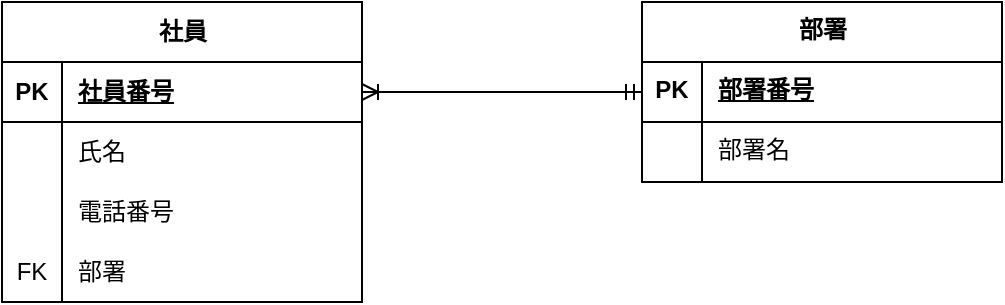
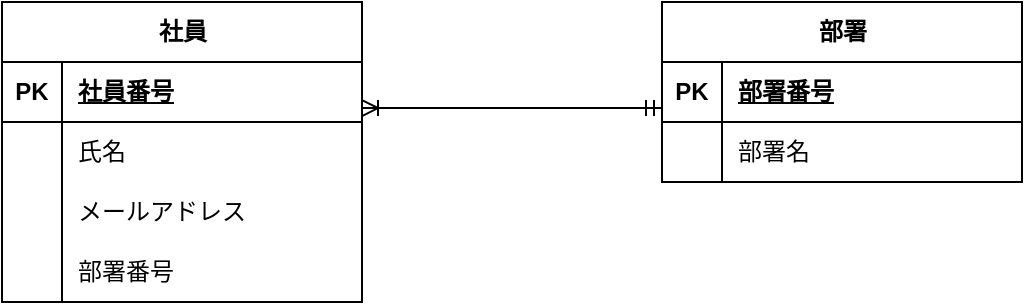
- <mxfile host="app.diagrams.net">
-   <diagram name="ページ-1" id="KEg2G5C3dqyvgz9N-VbT">
-     <mxGraphModel dx="968" dy="494" grid="1" gridSize="10" guides="1" tooltips="1" connect="1" arrows="1" fold="1" page="1" pageScale="1" pageWidth="827" pageHeight="1169" math="0" shadow="0">
-       <root>
-         <mxCell id="0" />
-         <mxCell id="1" parent="0" />
-         <mxCell id="LtmOEKHo_LTRpUcJHJ3s-1" parent="1" style="shape=table;startSize=30;container=1;collapsible=1;childLayout=tableLayout;fixedRows=1;rowLines=0;fontStyle=1;align=center;resizeLast=1;html=1;" value="社員" vertex="1">
-           <mxGeometry height="150" width="180" x="80" y="40" as="geometry" />
-         </mxCell>
-         <mxCell id="LtmOEKHo_LTRpUcJHJ3s-2" parent="LtmOEKHo_LTRpUcJHJ3s-1" style="shape=tableRow;horizontal=0;startSize=0;swimlaneHead=0;swimlaneBody=0;fillColor=none;collapsible=0;dropTarget=0;points=[[0,0.5],[1,0.5]];portConstraint=eastwest;top=0;left=0;right=0;bottom=1;" value="" vertex="1">
-           <mxGeometry height="30" width="180" y="30" as="geometry" />
-         </mxCell>
-         <mxCell id="LtmOEKHo_LTRpUcJHJ3s-3" parent="LtmOEKHo_LTRpUcJHJ3s-2" style="shape=partialRectangle;connectable=0;fillColor=none;top=0;left=0;bottom=0;right=0;fontStyle=1;overflow=hidden;whiteSpace=wrap;html=1;" value="PK" vertex="1">
-           <mxGeometry height="30" width="30" as="geometry">
-             <mxRectangle height="30" width="30" as="alternateBounds" />
-           </mxGeometry>
-         </mxCell>
-         <mxCell id="LtmOEKHo_LTRpUcJHJ3s-4" parent="LtmOEKHo_LTRpUcJHJ3s-2" style="shape=partialRectangle;connectable=0;fillColor=none;top=0;left=0;bottom=0;right=0;align=left;spacingLeft=6;fontStyle=5;overflow=hidden;whiteSpace=wrap;html=1;" value="社員番号" vertex="1">
-           <mxGeometry height="30" width="150" x="30" as="geometry">
-             <mxRectangle height="30" width="150" as="alternateBounds" />
-           </mxGeometry>
-         </mxCell>
-         <mxCell id="LtmOEKHo_LTRpUcJHJ3s-5" parent="LtmOEKHo_LTRpUcJHJ3s-1" style="shape=tableRow;horizontal=0;startSize=0;swimlaneHead=0;swimlaneBody=0;fillColor=none;collapsible=0;dropTarget=0;points=[[0,0.5],[1,0.5]];portConstraint=eastwest;top=0;left=0;right=0;bottom=0;" value="" vertex="1">
-           <mxGeometry height="30" width="180" y="60" as="geometry" />
-         </mxCell>
-         <mxCell id="LtmOEKHo_LTRpUcJHJ3s-6" parent="LtmOEKHo_LTRpUcJHJ3s-5" style="shape=partialRectangle;connectable=0;fillColor=none;top=0;left=0;bottom=0;right=0;editable=1;overflow=hidden;whiteSpace=wrap;html=1;" value="" vertex="1">
-           <mxGeometry height="30" width="30" as="geometry">
-             <mxRectangle height="30" width="30" as="alternateBounds" />
-           </mxGeometry>
-         </mxCell>
-         <mxCell id="LtmOEKHo_LTRpUcJHJ3s-7" parent="LtmOEKHo_LTRpUcJHJ3s-5" style="shape=partialRectangle;connectable=0;fillColor=none;top=0;left=0;bottom=0;right=0;align=left;spacingLeft=6;overflow=hidden;whiteSpace=wrap;html=1;" value="氏名" vertex="1">
-           <mxGeometry height="30" width="150" x="30" as="geometry">
-             <mxRectangle height="30" width="150" as="alternateBounds" />
-           </mxGeometry>
-         </mxCell>
-         <mxCell id="LtmOEKHo_LTRpUcJHJ3s-8" parent="LtmOEKHo_LTRpUcJHJ3s-1" style="shape=tableRow;horizontal=0;startSize=0;swimlaneHead=0;swimlaneBody=0;fillColor=none;collapsible=0;dropTarget=0;points=[[0,0.5],[1,0.5]];portConstraint=eastwest;top=0;left=0;right=0;bottom=0;" value="" vertex="1">
-           <mxGeometry height="30" width="180" y="90" as="geometry" />
-         </mxCell>
-         <mxCell id="LtmOEKHo_LTRpUcJHJ3s-9" parent="LtmOEKHo_LTRpUcJHJ3s-8" style="shape=partialRectangle;connectable=0;fillColor=none;top=0;left=0;bottom=0;right=0;editable=1;overflow=hidden;whiteSpace=wrap;html=1;" value="" vertex="1">
-           <mxGeometry height="30" width="30" as="geometry">
-             <mxRectangle height="30" width="30" as="alternateBounds" />
-           </mxGeometry>
-         </mxCell>
-         <mxCell id="LtmOEKHo_LTRpUcJHJ3s-10" parent="LtmOEKHo_LTRpUcJHJ3s-8" style="shape=partialRectangle;connectable=0;fillColor=none;top=0;left=0;bottom=0;right=0;align=left;spacingLeft=6;overflow=hidden;whiteSpace=wrap;html=1;" value="電話番号" vertex="1">
-           <mxGeometry height="30" width="150" x="30" as="geometry">
-             <mxRectangle height="30" width="150" as="alternateBounds" />
-           </mxGeometry>
-         </mxCell>
-         <mxCell id="LtmOEKHo_LTRpUcJHJ3s-11" parent="LtmOEKHo_LTRpUcJHJ3s-1" style="shape=tableRow;horizontal=0;startSize=0;swimlaneHead=0;swimlaneBody=0;fillColor=none;collapsible=0;dropTarget=0;points=[[0,0.5],[1,0.5]];portConstraint=eastwest;top=0;left=0;right=0;bottom=0;" value="" vertex="1">
-           <mxGeometry height="30" width="180" y="120" as="geometry" />
-         </mxCell>
-         <mxCell id="LtmOEKHo_LTRpUcJHJ3s-12" parent="LtmOEKHo_LTRpUcJHJ3s-11" style="shape=partialRectangle;connectable=0;fillColor=none;top=0;left=0;bottom=0;right=0;editable=1;overflow=hidden;whiteSpace=wrap;html=1;" value="FK" vertex="1">
-           <mxGeometry height="30" width="30" as="geometry">
-             <mxRectangle height="30" width="30" as="alternateBounds" />
-           </mxGeometry>
-         </mxCell>
-         <mxCell id="LtmOEKHo_LTRpUcJHJ3s-13" parent="LtmOEKHo_LTRpUcJHJ3s-11" style="shape=partialRectangle;connectable=0;fillColor=none;top=0;left=0;bottom=0;right=0;align=left;spacingLeft=6;overflow=hidden;whiteSpace=wrap;html=1;" value="部署" vertex="1">
-           <mxGeometry height="30" width="150" x="30" as="geometry">
-             <mxRectangle height="30" width="150" as="alternateBounds" />
-           </mxGeometry>
-         </mxCell>
-         <mxCell id="LtmOEKHo_LTRpUcJHJ3s-14" parent="1" style="shape=table;startSize=30;container=1;collapsible=1;childLayout=tableLayout;fixedRows=1;rowLines=0;fontStyle=1;align=center;resizeLast=1;html=1;verticalAlign=top;" value="部署" vertex="1">
-           <mxGeometry height="90" width="180" x="400" y="40" as="geometry" />
-         </mxCell>
-         <mxCell id="LtmOEKHo_LTRpUcJHJ3s-15" parent="LtmOEKHo_LTRpUcJHJ3s-14" style="shape=tableRow;horizontal=0;startSize=0;swimlaneHead=0;swimlaneBody=0;fillColor=none;collapsible=0;dropTarget=0;points=[[0,0.5],[1,0.5]];portConstraint=eastwest;top=0;left=0;right=0;bottom=1;verticalAlign=top;" value="" vertex="1">
-           <mxGeometry height="30" width="180" y="30" as="geometry" />
-         </mxCell>
-         <mxCell id="LtmOEKHo_LTRpUcJHJ3s-16" parent="LtmOEKHo_LTRpUcJHJ3s-15" style="shape=partialRectangle;connectable=0;fillColor=none;top=0;left=0;bottom=0;right=0;fontStyle=1;overflow=hidden;whiteSpace=wrap;html=1;verticalAlign=top;" value="PK" vertex="1">
-           <mxGeometry height="30" width="30" as="geometry">
-             <mxRectangle height="30" width="30" as="alternateBounds" />
-           </mxGeometry>
-         </mxCell>
-         <mxCell id="LtmOEKHo_LTRpUcJHJ3s-17" parent="LtmOEKHo_LTRpUcJHJ3s-15" style="shape=partialRectangle;connectable=0;fillColor=none;top=0;left=0;bottom=0;right=0;align=left;spacingLeft=6;fontStyle=5;overflow=hidden;whiteSpace=wrap;html=1;verticalAlign=top;" value="部署番号" vertex="1">
-           <mxGeometry height="30" width="150" x="30" as="geometry">
-             <mxRectangle height="30" width="150" as="alternateBounds" />
-           </mxGeometry>
-         </mxCell>
-         <mxCell id="LtmOEKHo_LTRpUcJHJ3s-18" parent="LtmOEKHo_LTRpUcJHJ3s-14" style="shape=tableRow;horizontal=0;startSize=0;swimlaneHead=0;swimlaneBody=0;fillColor=none;collapsible=0;dropTarget=0;points=[[0,0.5],[1,0.5]];portConstraint=eastwest;top=0;left=0;right=0;bottom=0;verticalAlign=top;" value="" vertex="1">
-           <mxGeometry height="30" width="180" y="60" as="geometry" />
-         </mxCell>
-         <mxCell id="LtmOEKHo_LTRpUcJHJ3s-19" parent="LtmOEKHo_LTRpUcJHJ3s-18" style="shape=partialRectangle;connectable=0;fillColor=none;top=0;left=0;bottom=0;right=0;editable=1;overflow=hidden;whiteSpace=wrap;html=1;verticalAlign=top;" value="" vertex="1">
-           <mxGeometry height="30" width="30" as="geometry">
-             <mxRectangle height="30" width="30" as="alternateBounds" />
-           </mxGeometry>
-         </mxCell>
-         <mxCell id="LtmOEKHo_LTRpUcJHJ3s-20" parent="LtmOEKHo_LTRpUcJHJ3s-18" style="shape=partialRectangle;connectable=0;fillColor=none;top=0;left=0;bottom=0;right=0;align=left;spacingLeft=6;overflow=hidden;whiteSpace=wrap;html=1;verticalAlign=top;" value="部署名" vertex="1">
-           <mxGeometry height="30" width="150" x="30" as="geometry">
-             <mxRectangle height="30" width="150" as="alternateBounds" />
-           </mxGeometry>
-         </mxCell>
-         <mxCell id="LtmOEKHo_LTRpUcJHJ3s-27" edge="1" parent="1" source="LtmOEKHo_LTRpUcJHJ3s-2" style="edgeStyle=orthogonalEdgeStyle;rounded=0;orthogonalLoop=1;jettySize=auto;html=1;exitX=1;exitY=0.5;exitDx=0;exitDy=0;entryX=0;entryY=0.5;entryDx=0;entryDy=0;startArrow=ERoneToMany;startFill=0;endArrow=ERmandOne;endFill=0;" target="LtmOEKHo_LTRpUcJHJ3s-15">
-           <mxGeometry relative="1" as="geometry" />
-         </mxCell>
-       </root>
-     </mxGraphModel>
-   </diagram>
- </mxfile>
+ <mxfile host="65bd71144e">
+     <diagram name="ページ-1" id="KEg2G5C3dqyvgz9N-VbT">
+         <mxGraphModel dx="1347" dy="445" grid="1" gridSize="10" guides="1" tooltips="1" connect="1" arrows="1" fold="1" page="1" pageScale="1" pageWidth="827" pageHeight="1169" math="0" shadow="0">
+             <root>
+                 <mxCell id="0"/>
+                 <mxCell id="1" parent="0"/>
+                 <mxCell id="LtmOEKHo_LTRpUcJHJ3s-27" style="edgeStyle=orthogonalEdgeStyle;rounded=0;orthogonalLoop=1;jettySize=auto;html=1;exitX=1;exitY=0.767;exitDx=0;exitDy=0;entryX=0;entryY=0.767;entryDx=0;entryDy=0;startArrow=ERoneToMany;startFill=0;endArrow=ERmandOne;endFill=0;exitPerimeter=0;entryPerimeter=0;" parent="1" source="3" target="16" edge="1">
+                     <mxGeometry relative="1" as="geometry"/>
+                 </mxCell>
+                 <mxCell id="2" value="社員" style="shape=table;startSize=30;container=1;collapsible=1;childLayout=tableLayout;fixedRows=1;rowLines=0;fontStyle=1;align=center;resizeLast=1;html=1;" vertex="1" parent="1">
+                     <mxGeometry x="40" y="40" width="180" height="150" as="geometry"/>
+                 </mxCell>
+                 <mxCell id="3" value="" style="shape=tableRow;horizontal=0;startSize=0;swimlaneHead=0;swimlaneBody=0;fillColor=none;collapsible=0;dropTarget=0;points=[[0,0.5],[1,0.5]];portConstraint=eastwest;top=0;left=0;right=0;bottom=1;" vertex="1" parent="2">
+                     <mxGeometry y="30" width="180" height="30" as="geometry"/>
+                 </mxCell>
+                 <mxCell id="4" value="PK" style="shape=partialRectangle;connectable=0;fillColor=none;top=0;left=0;bottom=0;right=0;fontStyle=1;overflow=hidden;whiteSpace=wrap;html=1;" vertex="1" parent="3">
+                     <mxGeometry width="30" height="30" as="geometry">
+                         <mxRectangle width="30" height="30" as="alternateBounds"/>
+                     </mxGeometry>
+                 </mxCell>
+                 <mxCell id="5" value="社員番号" style="shape=partialRectangle;connectable=0;fillColor=none;top=0;left=0;bottom=0;right=0;align=left;spacingLeft=6;fontStyle=5;overflow=hidden;whiteSpace=wrap;html=1;" vertex="1" parent="3">
+                     <mxGeometry x="30" width="150" height="30" as="geometry">
+                         <mxRectangle width="150" height="30" as="alternateBounds"/>
+                     </mxGeometry>
+                 </mxCell>
+                 <mxCell id="6" value="" style="shape=tableRow;horizontal=0;startSize=0;swimlaneHead=0;swimlaneBody=0;fillColor=none;collapsible=0;dropTarget=0;points=[[0,0.5],[1,0.5]];portConstraint=eastwest;top=0;left=0;right=0;bottom=0;" vertex="1" parent="2">
+                     <mxGeometry y="60" width="180" height="30" as="geometry"/>
+                 </mxCell>
+                 <mxCell id="7" value="" style="shape=partialRectangle;connectable=0;fillColor=none;top=0;left=0;bottom=0;right=0;editable=1;overflow=hidden;whiteSpace=wrap;html=1;" vertex="1" parent="6">
+                     <mxGeometry width="30" height="30" as="geometry">
+                         <mxRectangle width="30" height="30" as="alternateBounds"/>
+                     </mxGeometry>
+                 </mxCell>
+                 <mxCell id="8" value="氏名" style="shape=partialRectangle;connectable=0;fillColor=none;top=0;left=0;bottom=0;right=0;align=left;spacingLeft=6;overflow=hidden;whiteSpace=wrap;html=1;" vertex="1" parent="6">
+                     <mxGeometry x="30" width="150" height="30" as="geometry">
+                         <mxRectangle width="150" height="30" as="alternateBounds"/>
+                     </mxGeometry>
+                 </mxCell>
+                 <mxCell id="9" value="" style="shape=tableRow;horizontal=0;startSize=0;swimlaneHead=0;swimlaneBody=0;fillColor=none;collapsible=0;dropTarget=0;points=[[0,0.5],[1,0.5]];portConstraint=eastwest;top=0;left=0;right=0;bottom=0;" vertex="1" parent="2">
+                     <mxGeometry y="90" width="180" height="30" as="geometry"/>
+                 </mxCell>
+                 <mxCell id="10" value="" style="shape=partialRectangle;connectable=0;fillColor=none;top=0;left=0;bottom=0;right=0;editable=1;overflow=hidden;whiteSpace=wrap;html=1;" vertex="1" parent="9">
+                     <mxGeometry width="30" height="30" as="geometry">
+                         <mxRectangle width="30" height="30" as="alternateBounds"/>
+                     </mxGeometry>
+                 </mxCell>
+                 <mxCell id="11" value="メールアドレス" style="shape=partialRectangle;connectable=0;fillColor=none;top=0;left=0;bottom=0;right=0;align=left;spacingLeft=6;overflow=hidden;whiteSpace=wrap;html=1;" vertex="1" parent="9">
+                     <mxGeometry x="30" width="150" height="30" as="geometry">
+                         <mxRectangle width="150" height="30" as="alternateBounds"/>
+                     </mxGeometry>
+                 </mxCell>
+                 <mxCell id="12" value="" style="shape=tableRow;horizontal=0;startSize=0;swimlaneHead=0;swimlaneBody=0;fillColor=none;collapsible=0;dropTarget=0;points=[[0,0.5],[1,0.5]];portConstraint=eastwest;top=0;left=0;right=0;bottom=0;" vertex="1" parent="2">
+                     <mxGeometry y="120" width="180" height="30" as="geometry"/>
+                 </mxCell>
+                 <mxCell id="13" value="" style="shape=partialRectangle;connectable=0;fillColor=none;top=0;left=0;bottom=0;right=0;editable=1;overflow=hidden;whiteSpace=wrap;html=1;" vertex="1" parent="12">
+                     <mxGeometry width="30" height="30" as="geometry">
+                         <mxRectangle width="30" height="30" as="alternateBounds"/>
+                     </mxGeometry>
+                 </mxCell>
+                 <mxCell id="14" value="部署番号" style="shape=partialRectangle;connectable=0;fillColor=none;top=0;left=0;bottom=0;right=0;align=left;spacingLeft=6;overflow=hidden;whiteSpace=wrap;html=1;" vertex="1" parent="12">
+                     <mxGeometry x="30" width="150" height="30" as="geometry">
+                         <mxRectangle width="150" height="30" as="alternateBounds"/>
+                     </mxGeometry>
+                 </mxCell>
+                 <mxCell id="15" value="部署" style="shape=table;startSize=30;container=1;collapsible=1;childLayout=tableLayout;fixedRows=1;rowLines=0;fontStyle=1;align=center;resizeLast=1;html=1;" vertex="1" parent="1">
+                     <mxGeometry x="370" y="40" width="180" height="90" as="geometry"/>
+                 </mxCell>
+                 <mxCell id="16" value="" style="shape=tableRow;horizontal=0;startSize=0;swimlaneHead=0;swimlaneBody=0;fillColor=none;collapsible=0;dropTarget=0;points=[[0,0.5],[1,0.5]];portConstraint=eastwest;top=0;left=0;right=0;bottom=1;" vertex="1" parent="15">
+                     <mxGeometry y="30" width="180" height="30" as="geometry"/>
+                 </mxCell>
+                 <mxCell id="17" value="PK" style="shape=partialRectangle;connectable=0;fillColor=none;top=0;left=0;bottom=0;right=0;fontStyle=1;overflow=hidden;whiteSpace=wrap;html=1;" vertex="1" parent="16">
+                     <mxGeometry width="30" height="30" as="geometry">
+                         <mxRectangle width="30" height="30" as="alternateBounds"/>
+                     </mxGeometry>
+                 </mxCell>
+                 <mxCell id="18" value="部署番号" style="shape=partialRectangle;connectable=0;fillColor=none;top=0;left=0;bottom=0;right=0;align=left;spacingLeft=6;fontStyle=5;overflow=hidden;whiteSpace=wrap;html=1;" vertex="1" parent="16">
+                     <mxGeometry x="30" width="150" height="30" as="geometry">
+                         <mxRectangle width="150" height="30" as="alternateBounds"/>
+                     </mxGeometry>
+                 </mxCell>
+                 <mxCell id="19" value="" style="shape=tableRow;horizontal=0;startSize=0;swimlaneHead=0;swimlaneBody=0;fillColor=none;collapsible=0;dropTarget=0;points=[[0,0.5],[1,0.5]];portConstraint=eastwest;top=0;left=0;right=0;bottom=0;" vertex="1" parent="15">
+                     <mxGeometry y="60" width="180" height="30" as="geometry"/>
+                 </mxCell>
+                 <mxCell id="20" value="" style="shape=partialRectangle;connectable=0;fillColor=none;top=0;left=0;bottom=0;right=0;editable=1;overflow=hidden;whiteSpace=wrap;html=1;" vertex="1" parent="19">
+                     <mxGeometry width="30" height="30" as="geometry">
+                         <mxRectangle width="30" height="30" as="alternateBounds"/>
+                     </mxGeometry>
+                 </mxCell>
+                 <mxCell id="21" value="部署名" style="shape=partialRectangle;connectable=0;fillColor=none;top=0;left=0;bottom=0;right=0;align=left;spacingLeft=6;overflow=hidden;whiteSpace=wrap;html=1;" vertex="1" parent="19">
+                     <mxGeometry x="30" width="150" height="30" as="geometry">
+                         <mxRectangle width="150" height="30" as="alternateBounds"/>
+                     </mxGeometry>
+                 </mxCell>
+             </root>
+         </mxGraphModel>
+     </diagram>
+ </mxfile>